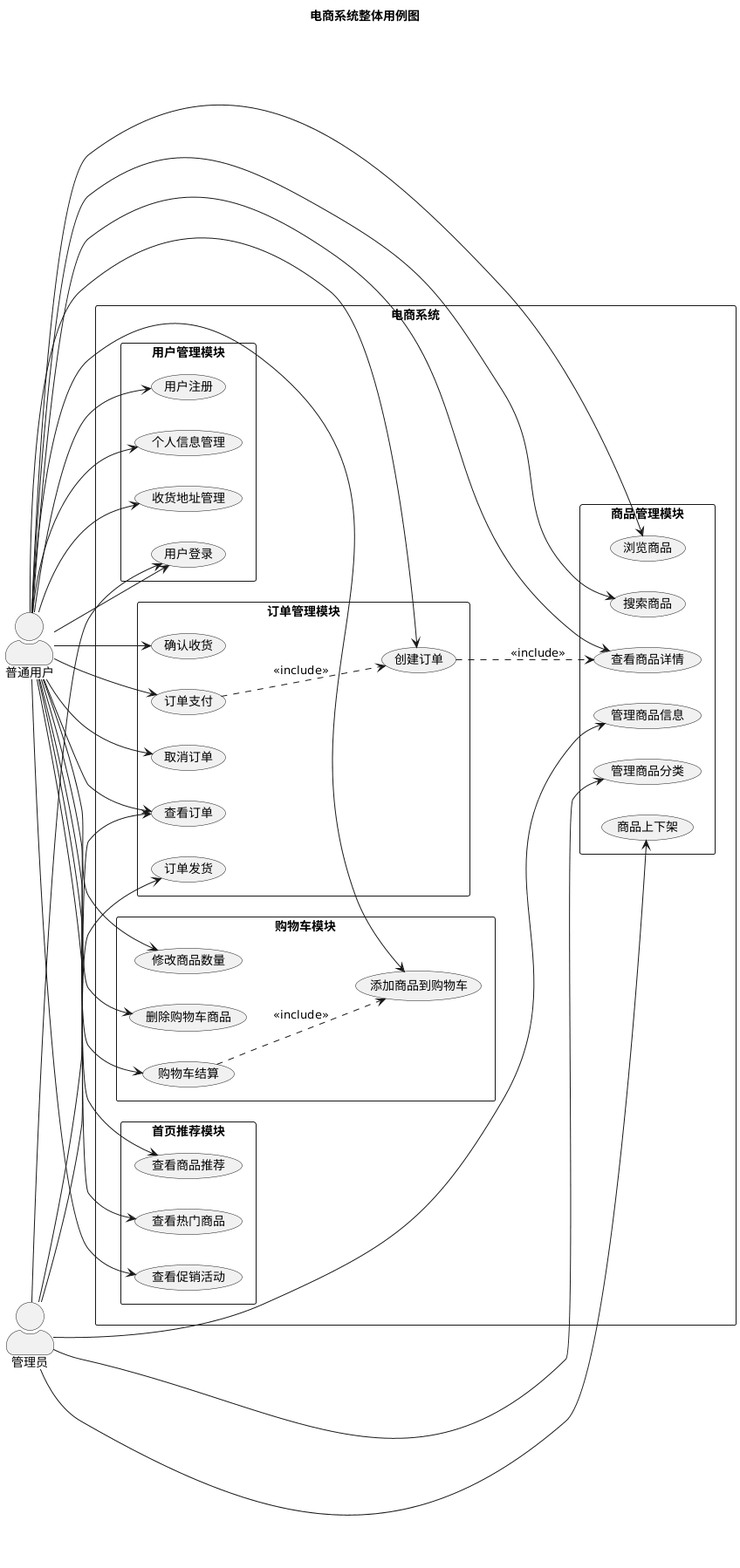
jiongQAQ/promptx_tools keeps this PlantUML diagram as projects/mall/paper/assets/diagrams/uml/usecase-overall.png. Above is the earlier version.
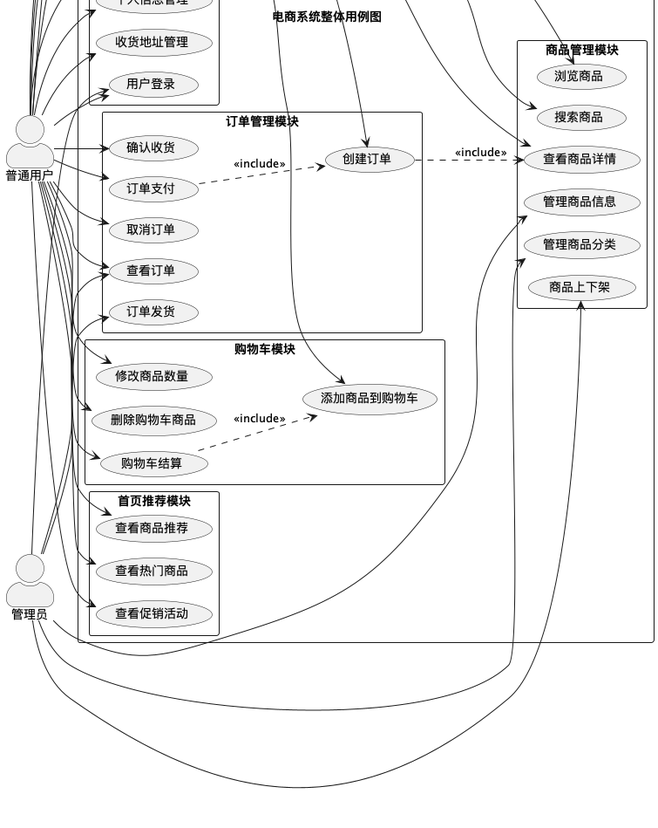
Above is the later version.

Change to the diagram source:
```diff
@@ -1,4 +1,9 @@
-@startuml
+@startuml usecase-overall
+
+!pragma layout smetana
+skinparam linetype ortho
+skinparam nodesep 80
+skinparam ranksep 80
 !define RECTANGLE class
 
 skinparam packageStyle rectangle
@@ -81,4 +86,5 @@
 UC11 ..> UC7 : <<include>>
 UC12 ..> UC11 : <<include>>
 UC20 ..> UC17 : <<include>>
+
 @enduml
```
